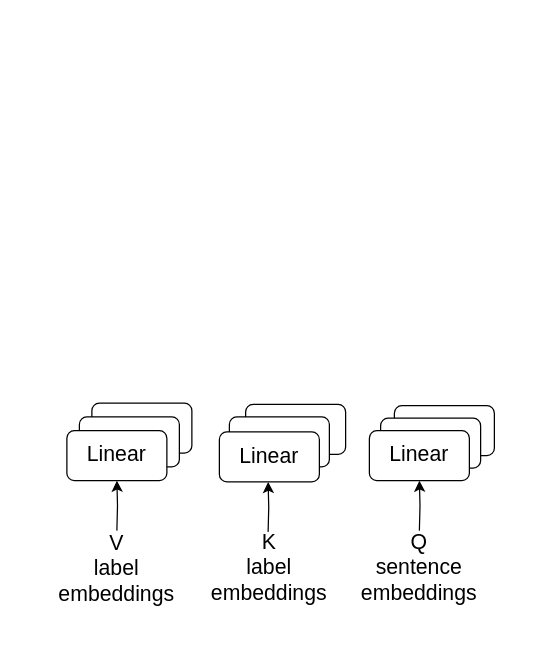
dksanyal/Abstract2StructuredAbstract keeps this draw.io diagram as Untitled Diagram.drawio. Above is the earlier version. Source tidied: cells renumbered, new cells numbered last; positions are measured from the earlier drawing's top-left corner, leaving out a move shared by most shapes. Both pictures are drawn from the tidied source at 125%, with x=0, y=0 at pixel (54, 402).
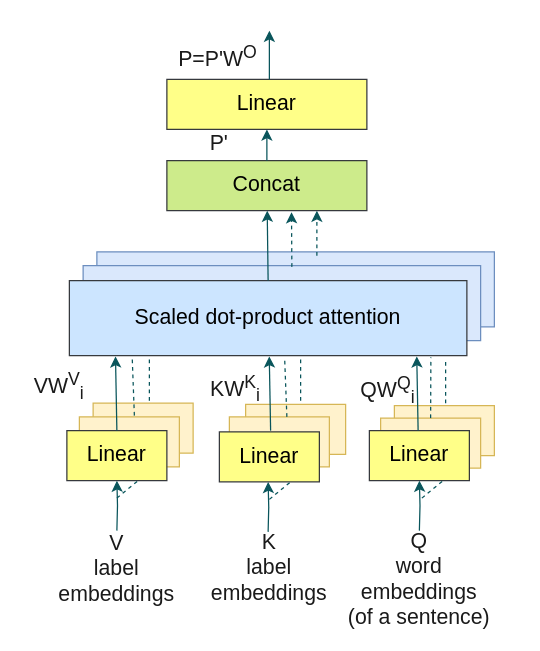
The same page after the edit.

What changed in the source:
```diff
@@
+    <mxCell id="17" style="rounded=0;whiteSpace=wrap;html=1;fontSize=17;fillColor=#dae8fc;strokeColor=#6c8ebf;" parent="1" vertex="1">
+      <mxGeometry x="34" y="-121" width="318" height="60" as="geometry" />
+    </mxCell>
+    <mxCell id="18" style="rounded=0;whiteSpace=wrap;html=1;fontSize=17;fillColor=#dae8fc;strokeColor=#6c8ebf;" parent="1" vertex="1">
+      <mxGeometry x="23" y="-110" width="318" height="60" as="geometry" />
+    </mxCell>
-    <mxCell id="2" style="rounded=1;whiteSpace=wrap;html=1;" parent="1" vertex="1">
+    <mxCell id="2" style="rounded=0;whiteSpace=wrap;html=1;fillColor=#fff2cc;strokeColor=#d6b656;" parent="1" vertex="1">
       <mxGeometry x="272" y="2" width="80" height="40" as="geometry" />
     </mxCell>
-    <mxCell id="3" style="rounded=1;whiteSpace=wrap;html=1;" parent="1" vertex="1">
+    <mxCell id="3" style="rounded=0;whiteSpace=wrap;html=1;fillColor=#fff2cc;strokeColor=#d6b656;" parent="1" vertex="1">
       <mxGeometry x="261" y="12" width="80" height="40" as="geometry" />
     </mxCell>
-    <mxCell id="4" style="rounded=1;whiteSpace=wrap;html=1;" parent="1" vertex="1">
+    <mxCell id="4" style="rounded=0;whiteSpace=wrap;html=1;fillColor=#fff2cc;strokeColor=#d6b656;" parent="1" vertex="1">
       <mxGeometry x="153" y="1" width="80" height="40" as="geometry" />
     </mxCell>
-    <mxCell id="5" style="rounded=1;whiteSpace=wrap;html=1;" parent="1" vertex="1">
+    <mxCell id="5" style="rounded=0;whiteSpace=wrap;html=1;fillColor=#fff2cc;strokeColor=#d6b656;" parent="1" vertex="1">
       <mxGeometry x="140" y="11" width="80" height="40" as="geometry" />
     </mxCell>
-    <mxCell id="6" style="rounded=1;whiteSpace=wrap;html=1;" parent="1" vertex="1">
-      <mxGeometry x="30" width="80" height="40" as="geometry" />
+    <mxCell id="6" style="rounded=0;whiteSpace=wrap;html=1;fillColor=#fff2cc;strokeColor=#d6b656;" parent="1" vertex="1">
+      <mxGeometry x="31" width="80" height="40" as="geometry" />
     </mxCell>
-    <mxCell id="7" style="rounded=1;whiteSpace=wrap;html=1;" parent="1" vertex="1">
+    <mxCell id="7" style="rounded=0;whiteSpace=wrap;html=1;fillColor=#fff2cc;strokeColor=#d6b656;" parent="1" vertex="1">
       <mxGeometry x="20" y="11" width="80" height="40" as="geometry" />
     </mxCell>
-    <mxCell id="8" value="&lt;font style=&quot;font-size: 17px&quot;&gt;Linear&lt;/font&gt;" style="rounded=1;whiteSpace=wrap;html=1;" parent="1" vertex="1">
+    <mxCell id="8" value="&lt;font style=&quot;font-size: 17px&quot;&gt;Linear&lt;/font&gt;" style="rounded=0;whiteSpace=wrap;html=1;fillColor=#ffff88;strokeColor=#36393d;" parent="1" vertex="1">
       <mxGeometry x="10" y="22" width="80" height="40" as="geometry" />
     </mxCell>
-    <mxCell id="9" value="&lt;font style=&quot;font-size: 17px&quot;&gt;Linear&lt;/font&gt;" style="rounded=1;whiteSpace=wrap;html=1;" parent="1" vertex="1">
+    <mxCell id="9" value="&lt;font style=&quot;font-size: 17px&quot;&gt;Linear&lt;/font&gt;" style="rounded=0;whiteSpace=wrap;html=1;fillColor=#ffff88;strokeColor=#36393d;" parent="1" vertex="1">
       <mxGeometry x="132" y="23" width="80" height="40" as="geometry" />
     </mxCell>
-    <mxCell id="10" value="&lt;font style=&quot;font-size: 17px&quot;&gt;Linear&lt;/font&gt;" style="rounded=1;whiteSpace=wrap;html=1;" parent="1" vertex="1">
+    <mxCell id="10" value="&lt;font style=&quot;font-size: 17px&quot;&gt;Linear&lt;/font&gt;" style="rounded=0;whiteSpace=wrap;html=1;fillColor=#ffff88;strokeColor=#36393d;" parent="1" vertex="1">
       <mxGeometry x="252" y="22" width="80" height="40" as="geometry" />
     </mxCell>
-    <mxCell id="11" style="edgeStyle=orthogonalEdgeStyle;rounded=0;jettySize=auto;html=1;fontSize=17;" parent="1" edge="1" target="10">
+    <mxCell id="11" style="edgeStyle=orthogonalEdgeStyle;rounded=0;jettySize=auto;html=1;fontSize=17;strokeColor=#09555B;fontColor=#1A1A1A;" parent="1" edge="1" target="10">
       <mxGeometry relative="1" as="geometry">
         <mxPoint x="292" y="102" as="sourcePoint" />
       </mxGeometry>
     </mxCell>
-    <mxCell id="12" value="Q&lt;br&gt;sentence embeddings" style="text;html=1;strokeColor=none;fillColor=none;align=center;verticalAlign=middle;whiteSpace=wrap;rounded=0;fontSize=17;" parent="1" vertex="1">
-      <mxGeometry x="242" y="107" width="100" height="49" as="geometry" />
+    <mxCell id="12" value="Q&lt;br&gt;word&lt;br&gt;embeddings &lt;br&gt;(of a sentence)" style="text;html=1;strokeColor=none;fillColor=none;align=center;verticalAlign=middle;whiteSpace=wrap;rounded=0;fontSize=17;fontColor=#1A1A1A;" parent="1" vertex="1">
+      <mxGeometry x="212" y="116" width="160" height="49" as="geometry" />
     </mxCell>
-    <mxCell id="13" value="K&lt;br&gt;label embeddings" style="text;html=1;strokeColor=none;fillColor=none;align=center;verticalAlign=middle;whiteSpace=wrap;rounded=0;fontSize=17;" parent="1" vertex="1">
+    <mxCell id="13" value="K&lt;br&gt;label embeddings" style="text;html=1;strokeColor=none;fillColor=none;align=center;verticalAlign=middle;whiteSpace=wrap;rounded=0;fontSize=17;fontColor=#1A1A1A;" parent="1" vertex="1">
       <mxGeometry x="122" y="102" width="100" height="60" as="geometry" />
     </mxCell>
-    <mxCell id="14" style="edgeStyle=orthogonalEdgeStyle;rounded=0;jettySize=auto;html=1;fontSize=17;" parent="1" edge="1" target="8">
+    <mxCell id="14" style="edgeStyle=orthogonalEdgeStyle;rounded=0;jettySize=auto;html=1;fontSize=17;strokeColor=#09555B;fontColor=#1A1A1A;" parent="1" edge="1" target="8">
       <mxGeometry relative="1" as="geometry">
         <mxPoint x="50" y="102" as="sourcePoint" />
       </mxGeometry>
     </mxCell>
-    <mxCell id="15" value="V&lt;br&gt;label&lt;br&gt;embeddings" style="text;html=1;strokeColor=none;fillColor=none;align=center;verticalAlign=middle;whiteSpace=wrap;rounded=0;fontSize=17;" parent="1" vertex="1">
+    <mxCell id="15" value="V&lt;br&gt;label&lt;br&gt;embeddings" style="text;html=1;strokeColor=none;fillColor=none;align=center;verticalAlign=middle;whiteSpace=wrap;rounded=0;fontSize=17;fontColor=#1A1A1A;" parent="1" vertex="1">
       <mxGeometry y="103" width="100" height="60" as="geometry" />
     </mxCell>
-    <mxCell id="16" style="edgeStyle=orthogonalEdgeStyle;rounded=0;orthogonalLoop=1;jettySize=auto;html=1;fontSize=17;" parent="1" edge="1">
+    <mxCell id="16" style="edgeStyle=orthogonalEdgeStyle;rounded=0;orthogonalLoop=1;jettySize=auto;html=1;fontSize=17;strokeColor=#09555B;fontColor=#1A1A1A;" parent="1" edge="1">
       <mxGeometry relative="1" as="geometry">
         <mxPoint x="171" y="103" as="sourcePoint" />
         <mxPoint x="171" y="63" as="targetPoint" />
       </mxGeometry>
     </mxCell>
+    <mxCell id="19" value="Scaled dot-product attention" style="rounded=0;whiteSpace=wrap;html=1;fontSize=17;fillColor=#cce5ff;strokeColor=#36393d;" parent="1" vertex="1">
+      <mxGeometry x="12" y="-98" width="318" height="60" as="geometry" />
+    </mxCell>
+    <mxCell id="20" value="Concat" style="rounded=0;whiteSpace=wrap;html=1;fontSize=17;fillColor=#cdeb8b;strokeColor=#36393d;" parent="1" vertex="1">
+      <mxGeometry x="90" y="-194" width="160" height="40" as="geometry" />
+    </mxCell>
+    <mxCell id="21" value="Linear" style="rounded=0;whiteSpace=wrap;html=1;fontSize=17;fillColor=#ffff88;strokeColor=#36393d;" parent="1" vertex="1">
+      <mxGeometry x="90" y="-259" width="160" height="40" as="geometry" />
+    </mxCell>
+    <mxCell id="22" style="endArrow=classic;html=1;rounded=0;fontSize=17;exitX=0.5;exitY=0;exitDx=0;exitDy=0;entryX=0.116;entryY=1.01;entryDx=0;entryDy=0;entryPerimeter=0;strokeColor=#09555B;fontColor=#1A1A1A;" parent="1" edge="1" source="8" target="19">
+      <mxGeometry relative="1" as="geometry" />
+    </mxCell>
+    <mxCell id="23" value="VW&lt;sup&gt;V&lt;/sup&gt;&lt;sub&gt;i&lt;/sub&gt;" style="text;html=1;strokeColor=none;fillColor=none;align=center;verticalAlign=middle;whiteSpace=wrap;rounded=0;fontSize=17;fontColor=#1A1A1A;" parent="1" vertex="1">
+      <mxGeometry x="-26" y="-28" width="60" height="30" as="geometry" />
+    </mxCell>
+    <mxCell id="24" style="endArrow=classic;html=1;rounded=0;fontSize=17;exitX=0.5;exitY=0;exitDx=0;exitDy=0;strokeColor=#09555B;fontColor=#1A1A1A;" parent="1" edge="1" source="19" target="20">
+      <mxGeometry relative="1" as="geometry" />
+    </mxCell>
+    <mxCell id="25" style="endArrow=classic;html=1;rounded=0;fontSize=17;exitX=0.5;exitY=0;exitDx=0;exitDy=0;entryX=0.5;entryY=1;entryDx=0;entryDy=0;strokeColor=#09555B;fontColor=#1A1A1A;" parent="1" edge="1" source="20" target="21">
+      <mxGeometry relative="1" as="geometry" />
+    </mxCell>
+    <mxCell id="26" style="endArrow=classic;html=1;rounded=0;fontSize=17;entryX=0.75;entryY=1;entryDx=0;entryDy=0;dashed=1;strokeColor=#09555B;fontColor=#1A1A1A;" parent="1" edge="1" target="20">
+      <mxGeometry relative="1" as="geometry">
+        <mxPoint x="210" y="-118" as="sourcePoint" />
+      </mxGeometry>
+    </mxCell>
+    <mxCell id="27" style="endArrow=classic;html=1;rounded=0;fontSize=17;exitX=0.5;exitY=0;exitDx=0;exitDy=0;entryX=0.116;entryY=1.01;entryDx=0;entryDy=0;entryPerimeter=0;strokeColor=#09555B;fontColor=#1A1A1A;" parent="1" edge="1">
+      <mxGeometry relative="1" as="geometry">
+        <mxPoint x="173" y="22" as="sourcePoint" />
+        <mxPoint x="171.9" y="-37.4" as="targetPoint" />
+      </mxGeometry>
+    </mxCell>
+    <mxCell id="28" style="endArrow=classic;html=1;rounded=0;fontSize=17;exitX=0.5;exitY=0;exitDx=0;exitDy=0;entryX=0.116;entryY=1.01;entryDx=0;entryDy=0;entryPerimeter=0;strokeColor=#09555B;fontColor=#1A1A1A;" parent="1" edge="1">
+      <mxGeometry relative="1" as="geometry">
+        <mxPoint x="291" y="22" as="sourcePoint" />
+        <mxPoint x="289.9" y="-37.4" as="targetPoint" />
+      </mxGeometry>
+    </mxCell>
+    <mxCell id="29" style="endArrow=classic;html=1;rounded=0;dashed=1;fontSize=17;entryX=0.623;entryY=1.055;entryDx=0;entryDy=0;entryPerimeter=0;strokeColor=#09555B;fontColor=#1A1A1A;" parent="1" edge="1">
+      <mxGeometry relative="1" as="geometry">
+        <mxPoint x="190" y="-109" as="sourcePoint" />
+        <mxPoint x="189.7" y="-152.8" as="targetPoint" />
+      </mxGeometry>
+    </mxCell>
+    <mxCell id="30" value="KW&lt;sup&gt;K&lt;/sup&gt;&lt;sub&gt;i&lt;/sub&gt;" style="text;html=1;strokeColor=none;fillColor=none;align=center;verticalAlign=middle;whiteSpace=wrap;rounded=0;fontSize=17;fontColor=#1A1A1A;" parent="1" vertex="1">
+      <mxGeometry x="115" y="-26" width="60" height="30" as="geometry" />
+    </mxCell>
+    <mxCell id="31" value="QW&lt;sup&gt;Q&lt;/sup&gt;&lt;sub&gt;i&lt;/sub&gt;" style="text;html=1;strokeColor=none;fillColor=none;align=center;verticalAlign=middle;whiteSpace=wrap;rounded=0;fontSize=17;fontColor=#1A1A1A;" parent="1" vertex="1">
+      <mxGeometry x="237" y="-25" width="60" height="30" as="geometry" />
+    </mxCell>
+    <mxCell id="32" value="P=P'W&lt;sup&gt;O&lt;/sup&gt;" style="text;html=1;strokeColor=none;fillColor=none;align=center;verticalAlign=middle;whiteSpace=wrap;rounded=0;fontSize=17;fontColor=#1A1A1A;" parent="1" vertex="1">
+      <mxGeometry x="101" y="-292" width="60" height="30" as="geometry" />
+    </mxCell>
+    <mxCell id="33" style="endArrow=classic;html=1;rounded=0;fontSize=17;exitX=0.5;exitY=0;exitDx=0;exitDy=0;strokeColor=#09555B;fontColor=#1A1A1A;" parent="1" edge="1">
+      <mxGeometry relative="1" as="geometry">
+        <mxPoint x="172" y="-259" as="sourcePoint" />
+        <mxPoint x="172" y="-298" as="targetPoint" />
+      </mxGeometry>
+    </mxCell>
+    <mxCell id="34" value="P'" style="text;html=1;strokeColor=none;fillColor=none;align=center;verticalAlign=middle;whiteSpace=wrap;rounded=0;fontSize=17;fontColor=#1A1A1A;" parent="1" vertex="1">
+      <mxGeometry x="102" y="-222" width="60" height="30" as="geometry" />
+    </mxCell>
+    <mxCell id="35" style="endArrow=none;dashed=1;html=1;fontColor=#1A1A1A;strokeColor=#09555B;entryX=0.75;entryY=1;entryDx=0;entryDy=0;" parent="1" edge="1">
+      <mxGeometry relative="1" as="geometry">
+        <mxPoint x="294" y="76" as="sourcePoint" />
+        <mxPoint x="311" y="62" as="targetPoint" />
+      </mxGeometry>
+    </mxCell>
+    <mxCell id="36" style="endArrow=none;dashed=1;html=1;fontColor=#1A1A1A;strokeColor=#09555B;entryX=0.75;entryY=1;entryDx=0;entryDy=0;" parent="1" edge="1">
+      <mxGeometry relative="1" as="geometry">
+        <mxPoint x="172" y="77" as="sourcePoint" />
+        <mxPoint x="189" y="63" as="targetPoint" />
+      </mxGeometry>
+    </mxCell>
+    <mxCell id="37" style="endArrow=none;dashed=1;html=1;fontColor=#1A1A1A;strokeColor=#09555B;entryX=0.75;entryY=1;entryDx=0;entryDy=0;" parent="1" edge="1">
+      <mxGeometry relative="1" as="geometry">
+        <mxPoint x="50" y="76" as="sourcePoint" />
+        <mxPoint x="67" y="62" as="targetPoint" />
+      </mxGeometry>
+    </mxCell>
+    <mxCell id="38" style="endArrow=none;dashed=1;html=1;fontColor=#1A1A1A;strokeColor=#09555B;entryX=0.161;entryY=1.023;entryDx=0;entryDy=0;entryPerimeter=0;" parent="1" edge="1">
+      <mxGeometry relative="1" as="geometry">
+        <mxPoint x="301" y="12" as="sourcePoint" />
+        <mxPoint x="301.2" y="-36.6" as="targetPoint" />
+      </mxGeometry>
+    </mxCell>
+    <mxCell id="39" style="endArrow=none;dashed=1;html=1;fontColor=#1A1A1A;strokeColor=#09555B;entryX=0.158;entryY=1.01;entryDx=0;entryDy=0;entryPerimeter=0;" parent="1" edge="1" target="19">
+      <mxGeometry relative="1" as="geometry">
+        <mxPoint x="64" y="10" as="sourcePoint" />
+      </mxGeometry>
+    </mxCell>
+    <mxCell id="40" style="endArrow=none;dashed=1;html=1;fontColor=#1A1A1A;strokeColor=#09555B;entryX=0.158;entryY=1.01;entryDx=0;entryDy=0;entryPerimeter=0;" parent="1" edge="1">
+      <mxGeometry relative="1" as="geometry">
+        <mxPoint x="186" y="11" as="sourcePoint" />
+        <mxPoint x="184.2" y="-36.4" as="targetPoint" />
+      </mxGeometry>
+    </mxCell>
+    <mxCell id="41" style="endArrow=none;dashed=1;html=1;fontColor=#1A1A1A;strokeColor=#09555B;" parent="1" edge="1">
+      <mxGeometry relative="1" as="geometry">
+        <mxPoint x="76" y="-2" as="sourcePoint" />
+        <mxPoint x="76" y="-37" as="targetPoint" />
+      </mxGeometry>
+    </mxCell>
+    <mxCell id="42" style="endArrow=none;dashed=1;html=1;fontColor=#1A1A1A;strokeColor=#09555B;" parent="1" edge="1">
+      <mxGeometry relative="1" as="geometry">
+        <mxPoint x="197" y="-2" as="sourcePoint" />
+        <mxPoint x="197" y="-37" as="targetPoint" />
+      </mxGeometry>
+    </mxCell>
+    <mxCell id="43" style="endArrow=none;dashed=1;html=1;fontColor=#1A1A1A;strokeColor=#09555B;" parent="1" edge="1">
+      <mxGeometry relative="1" as="geometry">
+        <mxPoint x="313" as="sourcePoint" />
+        <mxPoint x="313" y="-35" as="targetPoint" />
+      </mxGeometry>
+    </mxCell>
```
